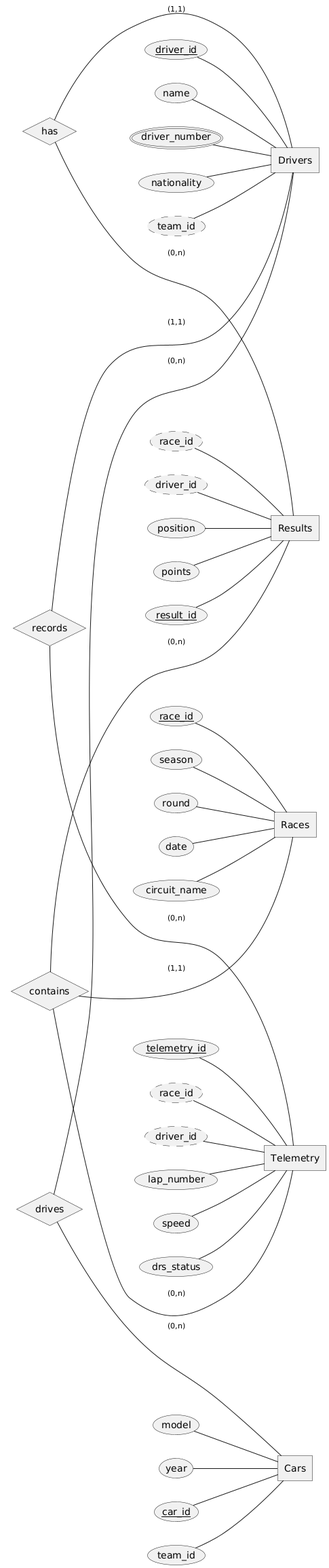
Above: diagrams/chen-style-erd.png in nimankz/f1-season-compare (PlantUML), before the change.
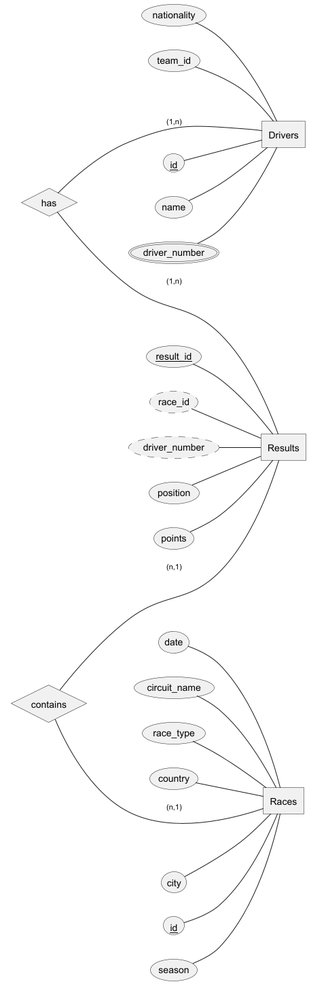
Above is the later version.

Change to the diagram source:
```diff
@@ -2,45 +2,30 @@
 left to right direction
 
 entity Drivers {
-  driver_id  <<key>>
-  name
-  driver_number   <<multi>>
-  nationality
-  team_id  <<derived>>
-}
-
-entity Cars {
-  car_id  <<key>>
-  team_id
-  model
-  year  <<CHECK year >= 1950>>
+    id                  <<key>>
+    name
+    driver_number       <<multi>>
+    nationality
+    team_id
 }
 
 entity Races {
-  race_id   <<key>>
+  id              <<key>>
   season
-  round
   date
   circuit_name
+  race_type
+  country
+  city
 }
 
 entity Results {
   result_id  <<key>>
   race_id  <<derived>>
-  driver_id  <<derived>>
+  driver_number  <<derived>>
   position
   points
 }
-
-entity Telemetry {
-  telemetry_id  <<key>>
-  race_id  <<derived>>
-  driver_id  <<derived>>
-  lap_number
-  speed
-  drs_status
-}
-
 
 relationship has{
 
@@ -48,27 +33,13 @@
 relationship contains{
 
 }
-relationship records{
-
-}
-
-relationship drives{
-
-}
-
-drives -(0,n)- Drivers
-drives -(0,n)- Cars
-
-has -(1,1)- Drivers
-has -(0,n)- Results
-
-records -(1,1)- Drivers
-records -(0,n)- Telemetry
 
 
-contains -(1,1)- Races
-contains -(0,n)- Results
-contains -(0,n)- Telemetry
+has -(1,n)- Drivers
+has -(1,n)- Results
+
+contains -(n,1)- Races
+contains -(n,1)- Results
 
 
 @endchen
```
